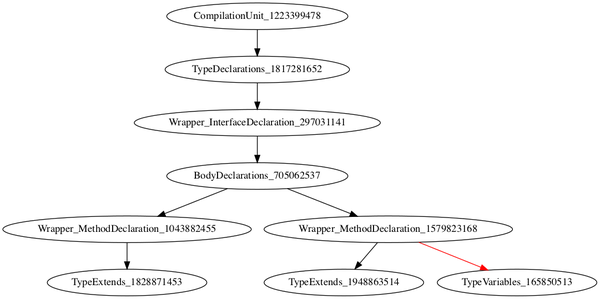
icse2023material/VoiceJava keeps this Graphviz diagram as holeAST.png. Above is the earlier version. Its source is kept beside it as holeAST.dot.
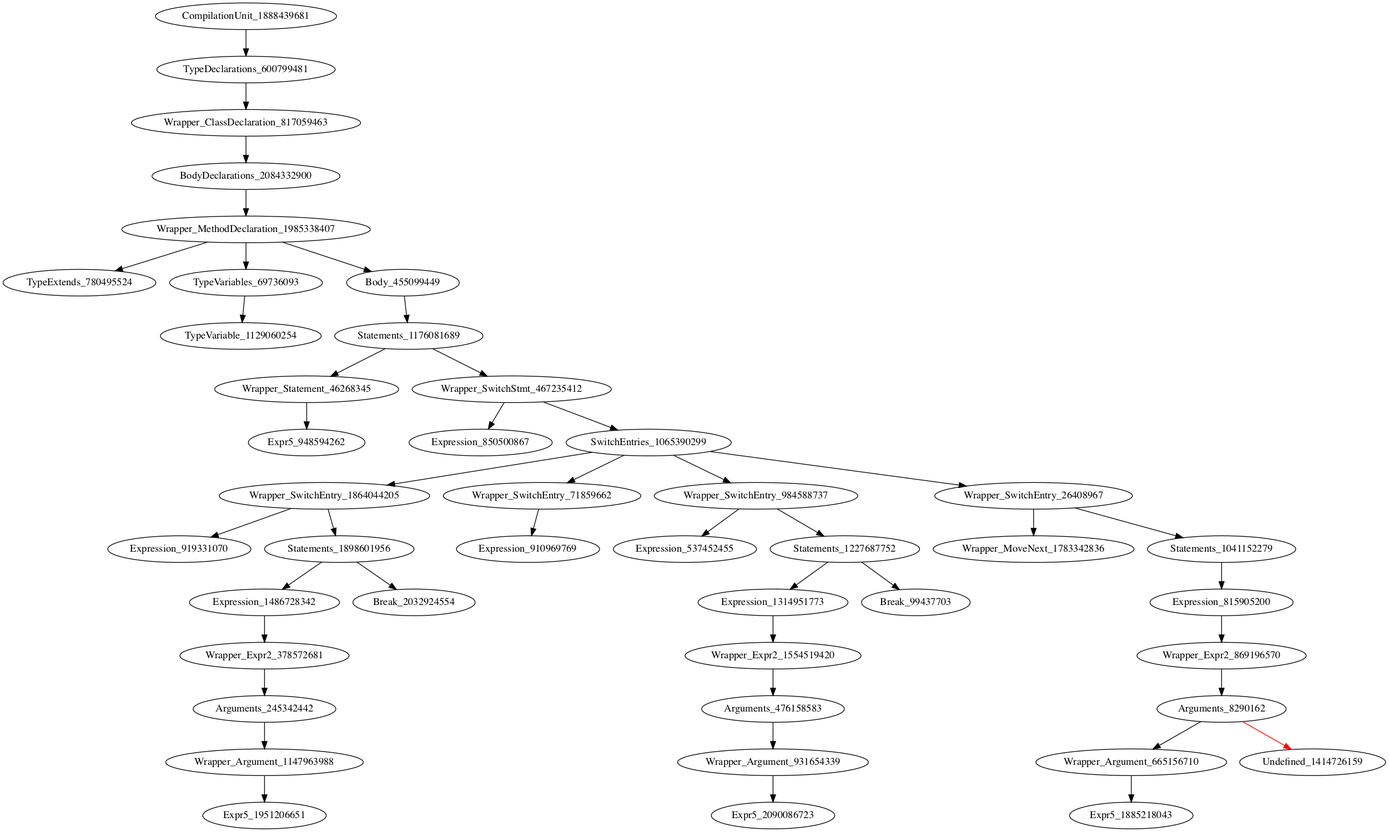
The same file after the commit.

Change to the diagram source:
```diff
@@ -1,10 +1,45 @@
 digraph {
-CompilationUnit_1223399478 -> TypeDeclarations_1817281652
-TypeDeclarations_1817281652 -> Wrapper_InterfaceDeclaration_297031141
-Wrapper_InterfaceDeclaration_297031141 -> BodyDeclarations_705062537
-BodyDeclarations_705062537 -> Wrapper_MethodDeclaration_1043882455
-BodyDeclarations_705062537 -> Wrapper_MethodDeclaration_1579823168
-Wrapper_MethodDeclaration_1043882455 -> TypeExtends_1828871453
-Wrapper_MethodDeclaration_1579823168 -> TypeExtends_1948863514
-Wrapper_MethodDeclaration_1579823168 -> TypeVariables_165850513 [color = red]
+CompilationUnit_1888439681 -> TypeDeclarations_600799481
+TypeDeclarations_600799481 -> Wrapper_ClassDeclaration_817059463
+Wrapper_ClassDeclaration_817059463 -> BodyDeclarations_2084332900
+BodyDeclarations_2084332900 -> Wrapper_MethodDeclaration_1985338407
+Wrapper_MethodDeclaration_1985338407 -> TypeExtends_780495524
+Wrapper_MethodDeclaration_1985338407 -> TypeVariables_69736093
+Wrapper_MethodDeclaration_1985338407 -> Body_455099449
+TypeVariables_69736093 -> TypeVariable_1129060254
+Body_455099449 -> Statements_1176081689
+Statements_1176081689 -> Wrapper_Statement_46268345
+Statements_1176081689 -> Wrapper_SwitchStmt_467235412
+Wrapper_Statement_46268345 -> Expr5_948594262
+Wrapper_SwitchStmt_467235412 -> Expression_850500867
+Wrapper_SwitchStmt_467235412 -> SwitchEntries_1065390299
+SwitchEntries_1065390299 -> Wrapper_SwitchEntry_1864044205
+SwitchEntries_1065390299 -> Wrapper_SwitchEntry_71859662
+SwitchEntries_1065390299 -> Wrapper_SwitchEntry_984588737
+SwitchEntries_1065390299 -> Wrapper_SwitchEntry_26408967
+Wrapper_SwitchEntry_1864044205 -> Expression_919331070
+Wrapper_SwitchEntry_1864044205 -> Statements_1898601956
+Wrapper_SwitchEntry_71859662 -> Expression_910969769
+Wrapper_SwitchEntry_984588737 -> Expression_537452455
+Wrapper_SwitchEntry_984588737 -> Statements_1227687752
+Wrapper_SwitchEntry_26408967 -> Wrapper_MoveNext_1783342836
+Wrapper_SwitchEntry_26408967 -> Statements_1041152279
+Statements_1898601956 -> Expression_1486728342
+Statements_1898601956 -> Break_2032924554
+Statements_1227687752 -> Expression_1314951773
+Statements_1227687752 -> Break_99437703
+Statements_1041152279 -> Expression_815905200
+Expression_1486728342 -> Wrapper_Expr2_378572681
+Expression_1314951773 -> Wrapper_Expr2_1554519420
+Expression_815905200 -> Wrapper_Expr2_869196570
+Wrapper_Expr2_378572681 -> Arguments_245342442
+Wrapper_Expr2_1554519420 -> Arguments_476158583
+Wrapper_Expr2_869196570 -> Arguments_8290162
+Arguments_245342442 -> Wrapper_Argument_1147963988
+Arguments_476158583 -> Wrapper_Argument_931654339
+Arguments_8290162 -> Wrapper_Argument_665156710
+Arguments_8290162 -> Undefined_1414726159 [color = red]
+Wrapper_Argument_1147963988 -> Expr5_1951206651
+Wrapper_Argument_931654339 -> Expr5_2090086723
+Wrapper_Argument_665156710 -> Expr5_1885218043
 }
```
